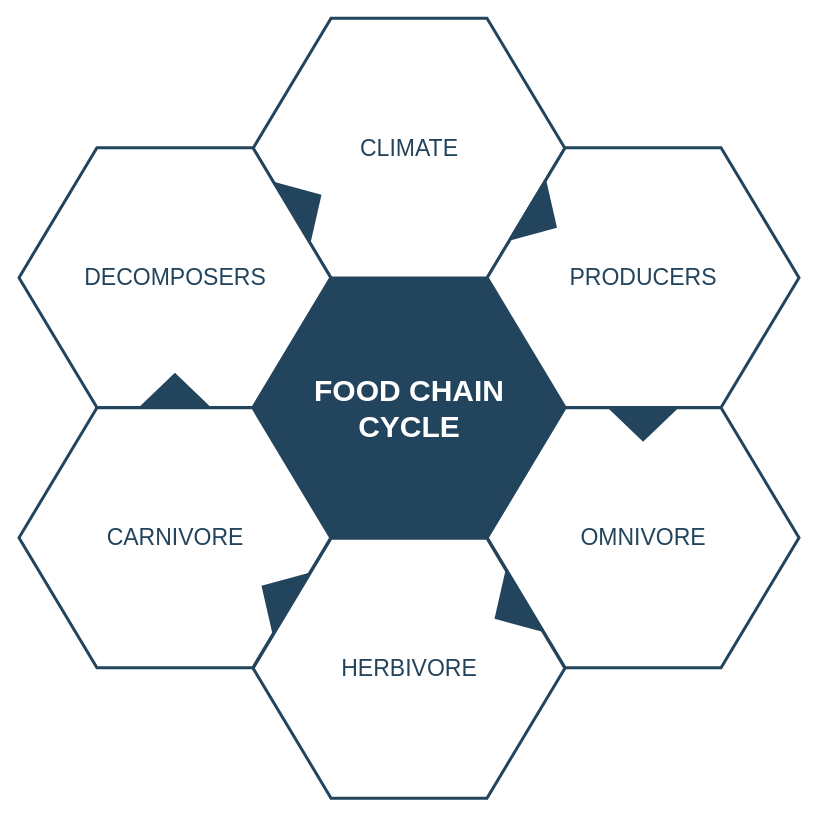
Above: assignment1/diagrams/Untitled Diagram.drawio in aderbique/CSE548 (draw.io), before the change. Source tidied: cells renumbered, new cells numbered last; positions are measured from the earlier drawing's top-left corner, leaving out a move shared by most shapes. Both pictures are drawn from the tidied source at 100%, with x=0, y=0 at pixel (18, 18). Pictures stored in the file or linked from it are replaced by grey dashed boxes.
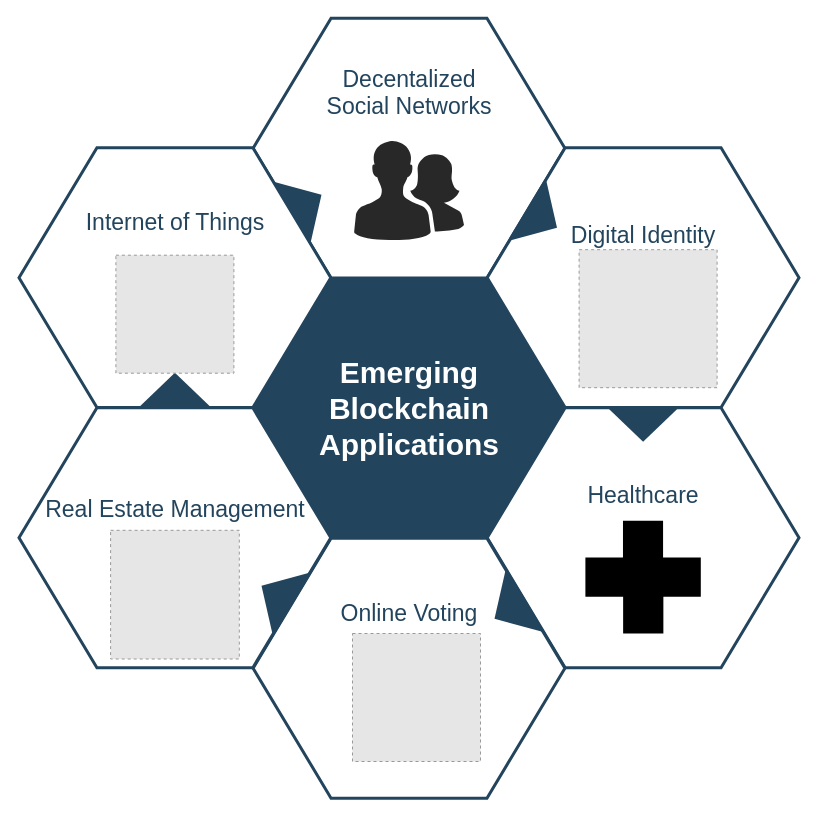
The same page after the edit.

Diff of the diagram source:
```diff
@@
-    <mxCell id="2" value="&lt;font style=&quot;font-size: 30px&quot; color=&quot;#ffffff&quot;&gt;&lt;b&gt;&lt;span&gt;FOOD CHAIN&lt;/span&gt;&lt;br&gt;&lt;span&gt;CYCLE&lt;/span&gt;&lt;/b&gt;&lt;/font&gt;&lt;br&gt;" style="shape=hexagon;perimeter=hexagonPerimeter2;whiteSpace=wrap;html=1;shadow=0;labelBackgroundColor=none;strokeColor=#23445D;fillColor=#23445D;gradientColor=none;fontFamily=Helvetica;fontSize=23;fontColor=#23445d;align=center;strokeWidth=3;" parent="1" vertex="1">
+    <mxCell id="2" value="&lt;font color=&quot;#ffffff&quot;&gt;&lt;span style=&quot;font-size: 30px&quot;&gt;&lt;b&gt;Emerging&lt;br&gt;Blockchain&lt;br&gt;Applications&lt;br&gt;&lt;/b&gt;&lt;/span&gt;&lt;/font&gt;" style="shape=hexagon;perimeter=hexagonPerimeter2;whiteSpace=wrap;html=1;shadow=0;labelBackgroundColor=none;strokeColor=#23445D;fillColor=#23445D;gradientColor=none;fontFamily=Helvetica;fontSize=23;fontColor=#23445d;align=center;strokeWidth=3;" parent="1" vertex="1">
       <mxGeometry x="234.6" y="259.8" width="311.8" height="259.9" as="geometry" />
     </mxCell>
@@
-    <mxCell id="4" value="&lt;font style=&quot;font-size: 23px&quot;&gt;CLIMATE&lt;/font&gt;" style="shape=hexagon;perimeter=hexagonPerimeter2;whiteSpace=wrap;html=1;shadow=0;labelBackgroundColor=none;strokeColor=#23445D;fillColor=#ffffff;gradientColor=none;fontFamily=Helvetica;fontSize=23;fontColor=#23445D;align=center;strokeWidth=3;" parent="1" vertex="1">
+    <mxCell id="4" value="&lt;font style=&quot;font-size: 23px&quot;&gt;Decentalized&lt;br&gt;Social Networks&lt;br&gt;&lt;br&gt;&lt;br&gt;&lt;br&gt;&lt;br&gt;&lt;/font&gt;" style="shape=hexagon;perimeter=hexagonPerimeter2;whiteSpace=wrap;html=1;shadow=0;labelBackgroundColor=none;strokeColor=#23445D;fillColor=#ffffff;gradientColor=none;fontFamily=Helvetica;fontSize=23;fontColor=#23445D;align=center;strokeWidth=3;" parent="1" vertex="1">
       <mxGeometry x="234.6" y="-0.3" width="311.8" height="259.9" as="geometry" />
     </mxCell>
-    <mxCell id="5" value="&lt;font style=&quot;font-size: 23px&quot;&gt;PRODUCERS&lt;/font&gt;" style="shape=hexagon;perimeter=hexagonPerimeter2;whiteSpace=wrap;html=1;shadow=0;labelBackgroundColor=none;strokeColor=#23445D;fillColor=#FFFFFF;gradientColor=none;fontFamily=Helvetica;fontSize=23;fontColor=#23445d;align=center;strokeWidth=3;" parent="1" vertex="1">
+    <mxCell id="5" value="&lt;font style=&quot;font-size: 23px&quot;&gt;Digital Identity&lt;br&gt;&lt;br&gt;&lt;br&gt;&lt;br&gt;&lt;/font&gt;" style="shape=hexagon;perimeter=hexagonPerimeter2;whiteSpace=wrap;html=1;shadow=0;labelBackgroundColor=none;strokeColor=#23445D;fillColor=#FFFFFF;gradientColor=none;fontFamily=Helvetica;fontSize=23;fontColor=#23445d;align=center;strokeWidth=3;" parent="1" vertex="1">
       <mxGeometry x="468.7" y="129.2" width="311.8" height="259.9" as="geometry" />
     </mxCell>
-    <mxCell id="6" value="&lt;font style=&quot;font-size: 23px&quot;&gt;OMNIVORE&lt;/font&gt;" style="shape=hexagon;perimeter=hexagonPerimeter2;whiteSpace=wrap;html=1;shadow=0;labelBackgroundColor=none;strokeColor=#23445D;fillColor=#FFFFFF;gradientColor=none;fontFamily=Helvetica;fontSize=23;fontColor=#23445d;align=center;strokeWidth=3;" parent="1" vertex="1">
+    <mxCell id="6" value="Healthcare&lt;br&gt;&lt;br&gt;&lt;br&gt;&lt;br&gt;" style="shape=hexagon;perimeter=hexagonPerimeter2;whiteSpace=wrap;html=1;shadow=0;labelBackgroundColor=none;strokeColor=#23445D;fillColor=#FFFFFF;gradientColor=none;fontFamily=Helvetica;fontSize=23;fontColor=#23445d;align=center;strokeWidth=3;" parent="1" vertex="1">
       <mxGeometry x="468.7" y="389.3" width="311.8" height="259.9" as="geometry" />
     </mxCell>
-    <mxCell id="7" value="&lt;font style=&quot;font-size: 23px&quot;&gt;HERBIVORE&lt;/font&gt;" style="shape=hexagon;perimeter=hexagonPerimeter2;whiteSpace=wrap;html=1;shadow=0;labelBackgroundColor=none;strokeColor=#23445D;fillColor=#FFFFFF;gradientColor=none;fontFamily=Helvetica;fontSize=23;fontColor=#23445d;align=center;strokeWidth=3;" parent="1" vertex="1">
+    <mxCell id="7" value="&lt;font style=&quot;font-size: 23px&quot;&gt;Online Voting&lt;br&gt;&lt;br&gt;&lt;br&gt;&lt;br&gt;&lt;br&gt;&lt;/font&gt;" style="shape=hexagon;perimeter=hexagonPerimeter2;whiteSpace=wrap;html=1;shadow=0;labelBackgroundColor=none;strokeColor=#23445D;fillColor=#FFFFFF;gradientColor=none;fontFamily=Helvetica;fontSize=23;fontColor=#23445d;align=center;strokeWidth=3;" parent="1" vertex="1">
       <mxGeometry x="234.6" y="519.8" width="311.8" height="259.9" as="geometry" />
     </mxCell>
-    <mxCell id="8" value="&lt;font style=&quot;font-size: 23px&quot;&gt;CARNIVORE&lt;/font&gt;" style="shape=hexagon;perimeter=hexagonPerimeter2;whiteSpace=wrap;html=1;shadow=0;labelBackgroundColor=none;strokeColor=#23445D;fillColor=#FFFFFF;gradientColor=none;fontFamily=Helvetica;fontSize=23;fontColor=#23445d;align=center;strokeWidth=3;" parent="1" vertex="1">
+    <mxCell id="8" value="&lt;font style=&quot;font-size: 23px&quot;&gt;Real Estate Management&lt;br&gt;&lt;br&gt;&lt;br&gt;&lt;/font&gt;" style="shape=hexagon;perimeter=hexagonPerimeter2;whiteSpace=wrap;html=1;shadow=0;labelBackgroundColor=none;strokeColor=#23445D;fillColor=#FFFFFF;gradientColor=none;fontFamily=Helvetica;fontSize=23;fontColor=#23445d;align=center;strokeWidth=3;" parent="1" vertex="1">
       <mxGeometry x="0.5" y="389.3" width="311.8" height="259.9" as="geometry" />
     </mxCell>
-    <mxCell id="9" value="&lt;font style=&quot;font-size: 23px;&quot;&gt;DECOMPOSERS&lt;/font&gt;" style="shape=hexagon;perimeter=hexagonPerimeter2;whiteSpace=wrap;html=1;shadow=0;labelBackgroundColor=none;strokeColor=#23445D;fillColor=#ffffff;gradientColor=none;fontFamily=Helvetica;fontSize=23;fontColor=#23445D;align=center;strokeWidth=3;" parent="1" vertex="1">
+    <mxCell id="9" value="&lt;font style=&quot;font-size: 23px&quot;&gt;Internet of Things&lt;br&gt;&lt;br&gt;&lt;br&gt;&lt;br&gt;&lt;br&gt;&lt;/font&gt;" style="shape=hexagon;perimeter=hexagonPerimeter2;whiteSpace=wrap;html=1;shadow=0;labelBackgroundColor=none;strokeColor=#23445D;fillColor=#ffffff;gradientColor=none;fontFamily=Helvetica;fontSize=23;fontColor=#23445D;align=center;strokeWidth=3;verticalAlign=middle;" parent="1" vertex="1">
       <mxGeometry x="0.5" y="129.2" width="311.8" height="259.9" as="geometry" />
     </mxCell>
@@
+    <mxCell id="16" style="fillColor=#E6E6E6;strokeColor=#999999;dashed=1;html=1;verticalAlign=top;verticalLabelPosition=bottom;labelBackgroundColor=#ffffff;" parent="1" vertex="1">
+      <mxGeometry x="92.1" y="511.8" width="128.7" height="128.7" as="geometry" />
+    </mxCell>
+    <mxCell id="17" style="fillColor=#E6E6E6;strokeColor=#999999;dashed=1;html=1;verticalAlign=top;verticalLabelPosition=bottom;labelBackgroundColor=#ffffff;" parent="1" vertex="1">
+      <mxGeometry x="97.4" y="236.7" width="118" height="118" as="geometry" />
+    </mxCell>
+    <mxCell id="18" style="fillColor=#E6E6E6;strokeColor=#999999;dashed=1;html=1;verticalAlign=top;verticalLabelPosition=bottom;labelBackgroundColor=#ffffff;" parent="1" vertex="1">
+      <mxGeometry x="560.6" y="231.2" width="138" height="138" as="geometry" />
+    </mxCell>
+    <mxCell id="19" style="fillColor=#E6E6E6;strokeColor=#999999;dashed=1;html=1;verticalAlign=top;verticalLabelPosition=bottom;labelBackgroundColor=#ffffff;" parent="1" vertex="1">
+      <mxGeometry x="334" y="615" width="128" height="128" as="geometry" />
+    </mxCell>
+    <mxCell id="20" style="shape=mxgraph.signs.healthcare.first_aid;html=1;fillColor=#000000;strokeColor=none;verticalLabelPosition=bottom;verticalAlign=top;align=center;" parent="1" vertex="1">
+      <mxGeometry x="566.9" y="502.2" width="115.4" height="112.8" as="geometry" />
+    </mxCell>
+    <mxCell id="21" style="verticalLabelPosition=bottom;html=1;fillColor=#282828;strokeColor=none;verticalAlign=top;align=center;shape=mxgraph.cisco_safe.people_places_things_icons.icon2;" parent="1" vertex="1">
+      <mxGeometry x="335.5" y="121.7" width="110" height="100" as="geometry" />
+    </mxCell>
```
